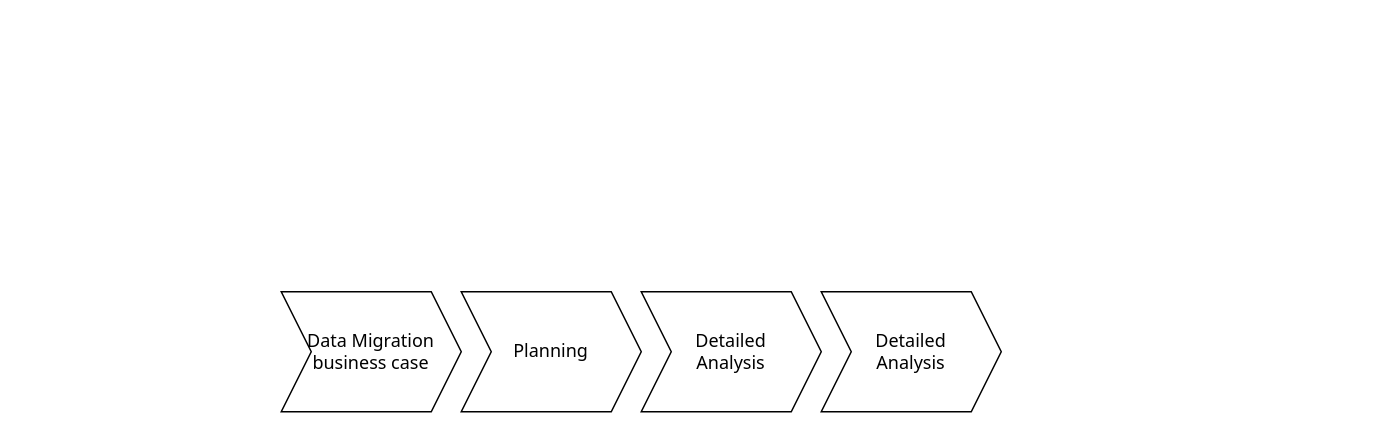
Before: data migration plan.drawio in kanchantewary/MindMaps, a draw.io diagram. Source tidied: cells renumbered, new cells numbered last; positions are measured from the earlier drawing's top-left corner, leaving out a move shared by most shapes. Both pictures are drawn from the tidied source at 150%, with x=0, y=0 at pixel (280, 291).
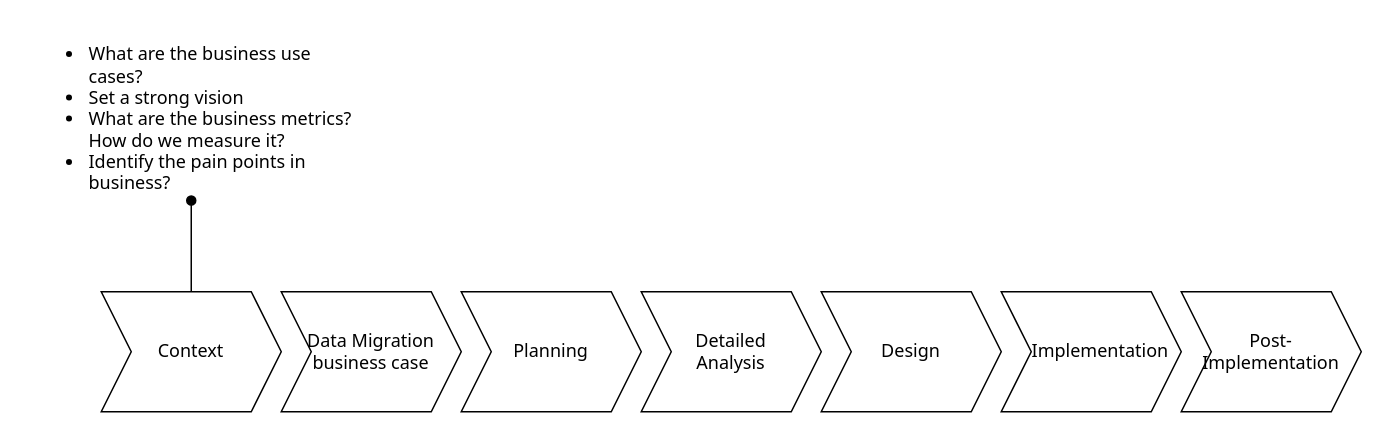
The same diagram, later.

Change to the diagram source:
```diff
@@
 <mxGraphModel>
   <root>
     <mxCell id="0" />
     <mxCell id="1" parent="0" />
     <mxCell id="2" value="Data Migration business case" style="shape=step;perimeter=stepPerimeter;whiteSpace=wrap;html=1;fixedSize=1;fontFamily=Tahoma;" parent="1" vertex="1">
       <mxGeometry width="120" height="80" as="geometry" />
     </mxCell>
     <mxCell id="3" value="Planning" style="shape=step;perimeter=stepPerimeter;whiteSpace=wrap;html=1;fixedSize=1;fontFamily=Tahoma;" parent="1" vertex="1">
       <mxGeometry x="120" width="120" height="80" as="geometry" />
     </mxCell>
     <mxCell id="4" value="Detailed &lt;br&gt;Analysis" style="shape=step;perimeter=stepPerimeter;whiteSpace=wrap;html=1;fixedSize=1;fontFamily=Tahoma;" parent="1" vertex="1">
       <mxGeometry x="240" width="120" height="80" as="geometry" />
     </mxCell>
-    <mxCell id="5" value="Detailed &lt;br&gt;Analysis" style="shape=step;perimeter=stepPerimeter;whiteSpace=wrap;html=1;fixedSize=1;fontFamily=Tahoma;" parent="1" vertex="1">
+    <mxCell id="5" value="Design" style="shape=step;perimeter=stepPerimeter;whiteSpace=wrap;html=1;fixedSize=1;fontFamily=Tahoma;" parent="1" vertex="1">
       <mxGeometry x="360" width="120" height="80" as="geometry" />
     </mxCell>
+    <mxCell id="6" value="&amp;nbsp; &amp;nbsp; Implementation" style="shape=step;perimeter=stepPerimeter;whiteSpace=wrap;html=1;fixedSize=1;fontFamily=Tahoma;align=center;" parent="1" vertex="1">
+      <mxGeometry x="480" width="120" height="80" as="geometry" />
+    </mxCell>
+    <mxCell id="7" value="Post-&lt;br&gt;Implementation" style="shape=step;perimeter=stepPerimeter;whiteSpace=wrap;html=1;fixedSize=1;fontFamily=Tahoma;" parent="1" vertex="1">
+      <mxGeometry x="600" width="120" height="80" as="geometry" />
+    </mxCell>
+    <mxCell id="8" value="Context" style="shape=step;perimeter=stepPerimeter;whiteSpace=wrap;html=1;fixedSize=1;fontFamily=Tahoma;" parent="1" vertex="1">
+      <mxGeometry x="-120" width="120" height="80" as="geometry" />
+    </mxCell>
+    <mxCell id="9" style="edgeStyle=orthogonalEdgeStyle;rounded=1;jettySize=auto;html=1;fontFamily=Tahoma;endArrow=oval;endFill=1;" parent="1" edge="1" source="8" target="10">
+      <mxGeometry relative="1" as="geometry" />
+    </mxCell>
+    <mxCell id="10" value="&lt;ul&gt;&lt;li&gt;What are the business use cases?&lt;/li&gt;&lt;li&gt;Set a strong vision&lt;/li&gt;&lt;li&gt;What are the business metrics? How do we measure it?&lt;/li&gt;&lt;li&gt;Identify the pain points in business?&lt;/li&gt;&lt;/ul&gt;" style="text;html=1;strokeColor=none;fillColor=none;align=left;verticalAlign=middle;whiteSpace=wrap;rounded=0;fontFamily=Tahoma;" parent="1" vertex="1">
+      <mxGeometry x="-170.5" y="-170" width="221" height="109.2" as="geometry" />
+    </mxCell>
   </root>
 </mxGraphModel>
```
